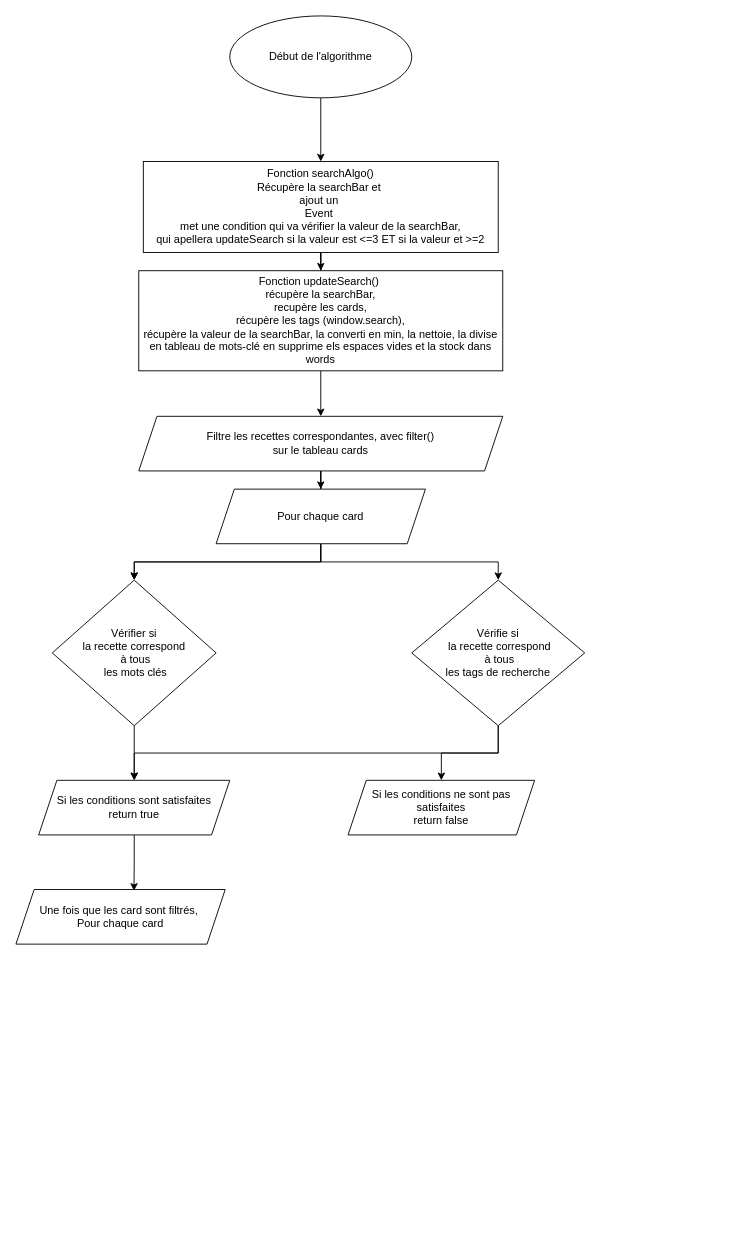
This is Algo de recherche n°2.drawio from abaddon101/Projet---Les-Petits-Plats, a draw.io file, before an edit. Source tidied: cells renumbered, new cells numbered last; positions are measured from the earlier drawing's top-left corner, leaving out a move shared by most shapes. Both pictures are drawn from the tidied source at 91%, with x=0, y=0 at pixel (15, 15).
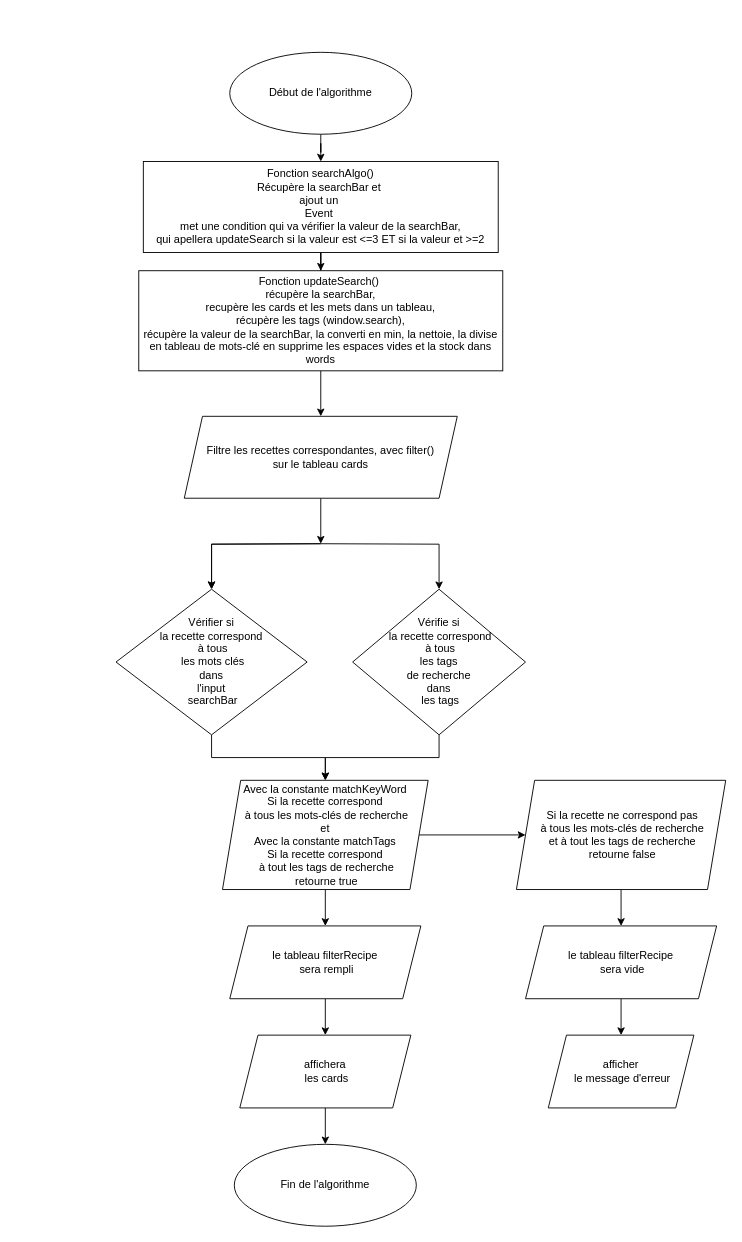
The same page after the edit.

Commit message:
Mettre à jour Algo de recherche n°2.drawio

The edit, as a diff of the source:
```diff
@@
-<mxGraphModel>
+<mxGraphModel background="#ffffff">
@@
     <mxCell id="3" value="Début de l'algorithme" style="ellipse;whiteSpace=wrap;html=1;" parent="1" vertex="1">
-      <mxGeometry x="235" width="200" height="90" as="geometry" />
+      <mxGeometry x="235" y="40" width="200" height="90" as="geometry" />
     </mxCell>
@@
-    <mxCell id="7" value="Fonction updateSearch()&amp;nbsp;&lt;br&gt;récupère la searchBar,&lt;br&gt;recupère les cards,&lt;br&gt;récupère les tags (window.search),&lt;br&gt;récupère la valeur de la searchBar, la converti en min, la nettoie, la divise en tableau de mots-clé en supprime els espaces vides et la stock dans words" style="rounded=0;whiteSpace=wrap;html=1;" parent="1" vertex="1">
+    <mxCell id="7" value="Fonction updateSearch()&amp;nbsp;&lt;br&gt;récupère la searchBar,&lt;br&gt;recupère les cards et les mets dans un tableau,&lt;br&gt;récupère les tags (window.search),&lt;br&gt;récupère la valeur de la searchBar, la converti en min, la nettoie, la divise en tableau de mots-clé en supprime les espaces vides et la stock dans words" style="rounded=0;whiteSpace=wrap;html=1;" parent="1" vertex="1">
       <mxGeometry x="135" y="280" width="400" height="110" as="geometry" />
     </mxCell>
-    <mxCell id="8" style="edgeStyle=orthogonalEdgeStyle;rounded=0;jettySize=auto;html=1;" parent="1" edge="1" source="9" target="13">
-      <mxGeometry relative="1" as="geometry" />
-    </mxCell>
+    <mxCell id="23" style="edgeStyle=orthogonalEdgeStyle;rounded=0;jettySize=auto;html=1;" parent="1" edge="1" source="9">
+      <mxGeometry relative="1" as="geometry">
+        <mxPoint x="335" y="580" as="targetPoint" />
+      </mxGeometry>
+    </mxCell>
     <mxCell id="9" value="Filtre les recettes correspondantes, avec filter()&lt;br&gt;sur le tableau cards" style="shape=parallelogram;perimeter=parallelogramPerimeter;whiteSpace=wrap;html=1;fixedSize=1;rounded=0;" parent="1" vertex="1">
-      <mxGeometry x="135" y="440" width="400" height="60" as="geometry" />
+      <mxGeometry x="185" y="440" width="300" height="90" as="geometry" />
     </mxCell>
-    <mxCell id="10" style="edgeStyle=orthogonalEdgeStyle;rounded=0;jettySize=auto;html=1;" parent="1" edge="1" source="13" target="15">
-      <mxGeometry relative="1" as="geometry" />
+    <mxCell id="10" style="edgeStyle=orthogonalEdgeStyle;rounded=0;jettySize=auto;html=1;" parent="1" edge="1" target="15">
+      <mxGeometry relative="1" as="geometry">
+        <mxPoint x="335" y="580" as="sourcePoint" />
+      </mxGeometry>
     </mxCell>
-    <mxCell id="11" style="edgeStyle=orthogonalEdgeStyle;rounded=0;jettySize=auto;html=1;" parent="1" edge="1" source="13" target="15">
-      <mxGeometry relative="1" as="geometry" />
+    <mxCell id="11" style="edgeStyle=orthogonalEdgeStyle;rounded=0;jettySize=auto;html=1;" parent="1" edge="1" target="15">
+      <mxGeometry relative="1" as="geometry">
+        <mxPoint x="335" y="580" as="sourcePoint" />
+      </mxGeometry>
     </mxCell>
-    <mxCell id="12" style="edgeStyle=orthogonalEdgeStyle;rounded=0;jettySize=auto;html=1;entryX=0.5;entryY=0;entryDx=0;entryDy=0;" parent="1" edge="1" source="13" target="18">
-      <mxGeometry relative="1" as="geometry" />
+    <mxCell id="12" style="edgeStyle=orthogonalEdgeStyle;rounded=0;jettySize=auto;html=1;entryX=0.5;entryY=0;entryDx=0;entryDy=0;" parent="1" edge="1" target="18">
+      <mxGeometry relative="1" as="geometry">
+        <mxPoint x="335" y="580" as="sourcePoint" />
+      </mxGeometry>
     </mxCell>
-    <mxCell id="13" value="Pour chaque card" style="shape=parallelogram;perimeter=parallelogramPerimeter;whiteSpace=wrap;html=1;fixedSize=1;rounded=0;" parent="1" vertex="1">
-      <mxGeometry x="220" y="520" width="230" height="60" as="geometry" />
-    </mxCell>
@@
-    <mxCell id="15" value="Vérifier si &lt;br&gt;la recette correspond&lt;br&gt;&amp;nbsp;à tous&lt;br&gt;&amp;nbsp;les mots clés" style="rhombus;whiteSpace=wrap;html=1;rounded=0;" parent="1" vertex="1">
-      <mxGeometry x="40" y="620" width="180" height="160" as="geometry" />
+    <mxCell id="15" value="Vérifier si &lt;br&gt;la recette correspond&lt;br&gt;&amp;nbsp;à tous&lt;br&gt;&amp;nbsp;les mots clés&lt;br&gt;dans &lt;br&gt;l'input&lt;br&gt;&amp;nbsp;searchBar" style="rhombus;whiteSpace=wrap;html=1;rounded=0;" parent="1" vertex="1">
+      <mxGeometry x="110" y="630" width="210" height="160" as="geometry" />
     </mxCell>
@@
-    <mxCell id="17" style="edgeStyle=orthogonalEdgeStyle;rounded=0;jettySize=auto;html=1;entryX=0.5;entryY=0;entryDx=0;entryDy=0;" parent="1" edge="1" source="18" target="21">
-      <mxGeometry relative="1" as="geometry" />
-    </mxCell>
-    <mxCell id="18" value="Vérifie si&lt;br&gt;&amp;nbsp;la recette correspond&lt;br&gt;&amp;nbsp;à tous &lt;br&gt;les tags de recherche" style="rhombus;whiteSpace=wrap;html=1;rounded=0;" parent="1" vertex="1">
-      <mxGeometry x="435" y="620" width="190" height="160" as="geometry" />
+    <mxCell id="18" value="Vérifie si&lt;br&gt;&amp;nbsp;la recette correspond&lt;br&gt;&amp;nbsp;à tous &lt;br&gt;les tags&lt;br&gt;&amp;nbsp;de recherche&amp;nbsp;&lt;br&gt;dans&lt;br&gt;&amp;nbsp;les tags" style="rhombus;whiteSpace=wrap;html=1;rounded=0;" parent="1" vertex="1">
+      <mxGeometry x="370" y="630" width="190" height="160" as="geometry" />
     </mxCell>
-    <mxCell id="19" style="edgeStyle=orthogonalEdgeStyle;rounded=0;jettySize=auto;html=1;entryX=0.564;entryY=0.025;entryDx=0;entryDy=0;entryPerimeter=0;" parent="1" edge="1" source="20" target="22">
-      <mxGeometry relative="1" as="geometry" />
-    </mxCell>
+    <mxCell id="24" style="edgeStyle=orthogonalEdgeStyle;rounded=0;jettySize=auto;html=1;" parent="1" edge="1" source="20" target="31">
+      <mxGeometry relative="1" as="geometry" />
+    </mxCell>
+    <mxCell id="25" style="edgeStyle=orthogonalEdgeStyle;rounded=0;jettySize=auto;html=1;" parent="1" edge="1" source="20" target="27">
+      <mxGeometry relative="1" as="geometry" />
+    </mxCell>
-    <mxCell id="20" value="Si les conditions sont satisfaites&lt;br&gt;return true" style="shape=parallelogram;perimeter=parallelogramPerimeter;whiteSpace=wrap;html=1;fixedSize=1;rounded=0;" parent="1" vertex="1">
-      <mxGeometry x="25" y="840" width="210" height="60" as="geometry" />
+    <mxCell id="20" value="Avec la constante matchKeyWord&lt;br&gt;&amp;nbsp;Si la recette correspond&amp;nbsp;&lt;br&gt;&amp;nbsp;à tous les mots-clés de recherche&lt;br&gt;&amp;nbsp;et&amp;nbsp;&lt;br&gt;Avec la constante matchTags&lt;br&gt;Si la recette correspond&lt;br&gt;&amp;nbsp;à tout les tags de recherche&lt;br&gt;&amp;nbsp;retourne true" style="shape=parallelogram;perimeter=parallelogramPerimeter;whiteSpace=wrap;html=1;fixedSize=1;rounded=0;" parent="1" vertex="1">
+      <mxGeometry x="227" y="840" width="226" height="120" as="geometry" />
     </mxCell>
-    <mxCell id="21" value="Si les conditions ne sont pas satisfaites&lt;br&gt;return false" style="shape=parallelogram;perimeter=parallelogramPerimeter;whiteSpace=wrap;html=1;fixedSize=1;rounded=0;" parent="1" vertex="1">
-      <mxGeometry x="365" y="840" width="205" height="60" as="geometry" />
-    </mxCell>
-    <mxCell id="22" value="Une fois que les card sont filtrés,&amp;nbsp;&lt;br&gt;Pour chaque card" style="shape=parallelogram;perimeter=parallelogramPerimeter;whiteSpace=wrap;html=1;fixedSize=1;rounded=0;" parent="1" vertex="1">
-      <mxGeometry y="960" width="230" height="60" as="geometry" />
-    </mxCell>
+    <mxCell id="26" style="edgeStyle=orthogonalEdgeStyle;rounded=0;jettySize=auto;html=1;" parent="1" edge="1" source="27" target="29">
+      <mxGeometry relative="1" as="geometry" />
+    </mxCell>
+    <mxCell id="27" value="&amp;nbsp;Si la recette ne correspond pas&lt;br style=&quot;border-color: var(--border-color);&quot;&gt;&amp;nbsp;à tous les mots-clés de recherche&lt;br style=&quot;border-color: var(--border-color);&quot;&gt;&amp;nbsp;et à tout les tags de recherche&lt;br style=&quot;border-color: var(--border-color);&quot;&gt;&amp;nbsp;retourne false" style="shape=parallelogram;perimeter=parallelogramPerimeter;whiteSpace=wrap;html=1;fixedSize=1;" parent="1" vertex="1">
+      <mxGeometry x="550" y="840" width="230" height="120" as="geometry" />
+    </mxCell>
+    <mxCell id="28" style="edgeStyle=orthogonalEdgeStyle;rounded=0;jettySize=auto;html=1;entryX=0.5;entryY=0;entryDx=0;entryDy=0;" parent="1" edge="1" source="29" target="34">
+      <mxGeometry relative="1" as="geometry" />
+    </mxCell>
+    <mxCell id="29" value="le tableau filterRecipe&lt;br&gt;&amp;nbsp;sera vide" style="shape=parallelogram;perimeter=parallelogramPerimeter;whiteSpace=wrap;html=1;fixedSize=1;" parent="1" vertex="1">
+      <mxGeometry x="560" y="1000" width="210" height="80" as="geometry" />
+    </mxCell>
+    <mxCell id="30" style="edgeStyle=orthogonalEdgeStyle;rounded=0;jettySize=auto;html=1;" parent="1" edge="1" source="31" target="33">
+      <mxGeometry relative="1" as="geometry" />
+    </mxCell>
+    <mxCell id="31" value="le tableau filterRecipe&lt;br&gt;&amp;nbsp;sera rempli" style="shape=parallelogram;perimeter=parallelogramPerimeter;whiteSpace=wrap;html=1;fixedSize=1;rounded=0;" parent="1" vertex="1">
+      <mxGeometry x="235" y="1000" width="210" height="80" as="geometry" />
+    </mxCell>
+    <mxCell id="32" style="edgeStyle=orthogonalEdgeStyle;rounded=0;jettySize=auto;html=1;exitX=0.5;exitY=1;exitDx=0;exitDy=0;entryX=0.5;entryY=0;entryDx=0;entryDy=0;" parent="1" edge="1" source="33" target="35">
+      <mxGeometry relative="1" as="geometry" />
+    </mxCell>
+    <mxCell id="33" value="affichera&lt;br&gt;&amp;nbsp;les cards" style="shape=parallelogram;perimeter=parallelogramPerimeter;whiteSpace=wrap;html=1;fixedSize=1;rounded=0;" parent="1" vertex="1">
+      <mxGeometry x="246" y="1120" width="188" height="80" as="geometry" />
+    </mxCell>
+    <mxCell id="34" value="afficher&lt;br&gt;&amp;nbsp;le message d'erreur" style="shape=parallelogram;perimeter=parallelogramPerimeter;whiteSpace=wrap;html=1;fixedSize=1;" parent="1" vertex="1">
+      <mxGeometry x="585" y="1120" width="160" height="80" as="geometry" />
+    </mxCell>
+    <mxCell id="35" value="Fin de l'algorithme" style="ellipse;whiteSpace=wrap;html=1;" parent="1" vertex="1">
+      <mxGeometry x="240" y="1240" width="200" height="90" as="geometry" />
+    </mxCell>
```
